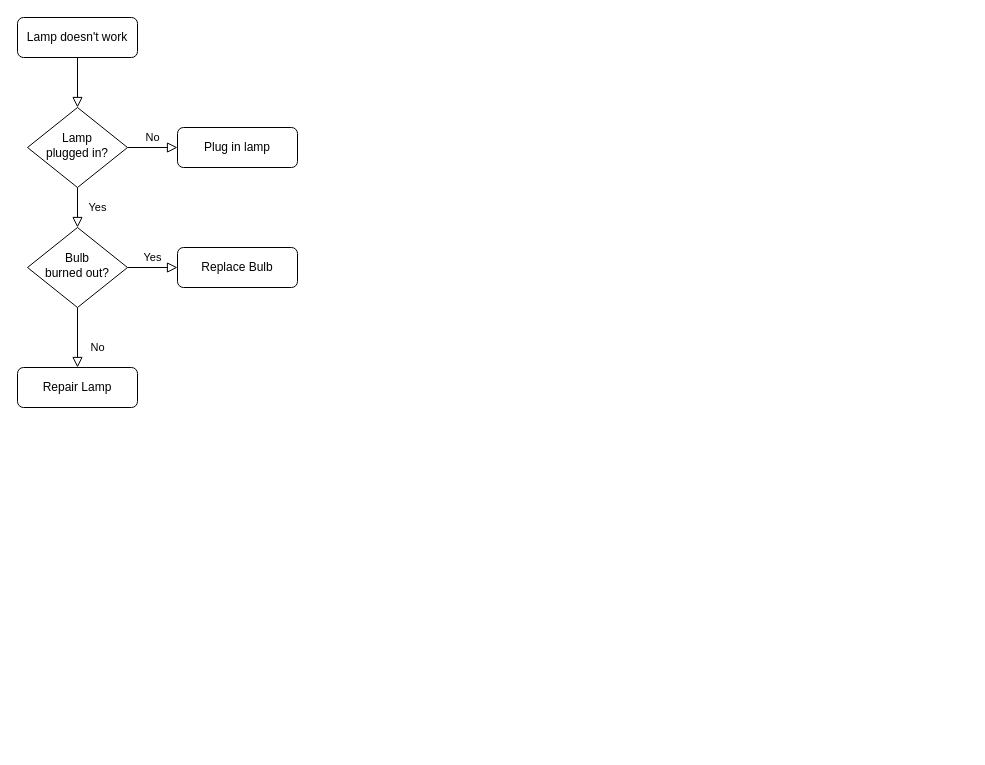
Earlier version of the draw.io diagram Untitled Diagram.drawio (jiangkimyy/work-PM-SOC). Source tidied: cells renumbered, new cells numbered last; positions are measured from the earlier drawing's top-left corner, leaving out a move shared by most shapes. Both pictures are drawn from the tidied source at 100%, with x=0, y=0 at pixel (17, 17).
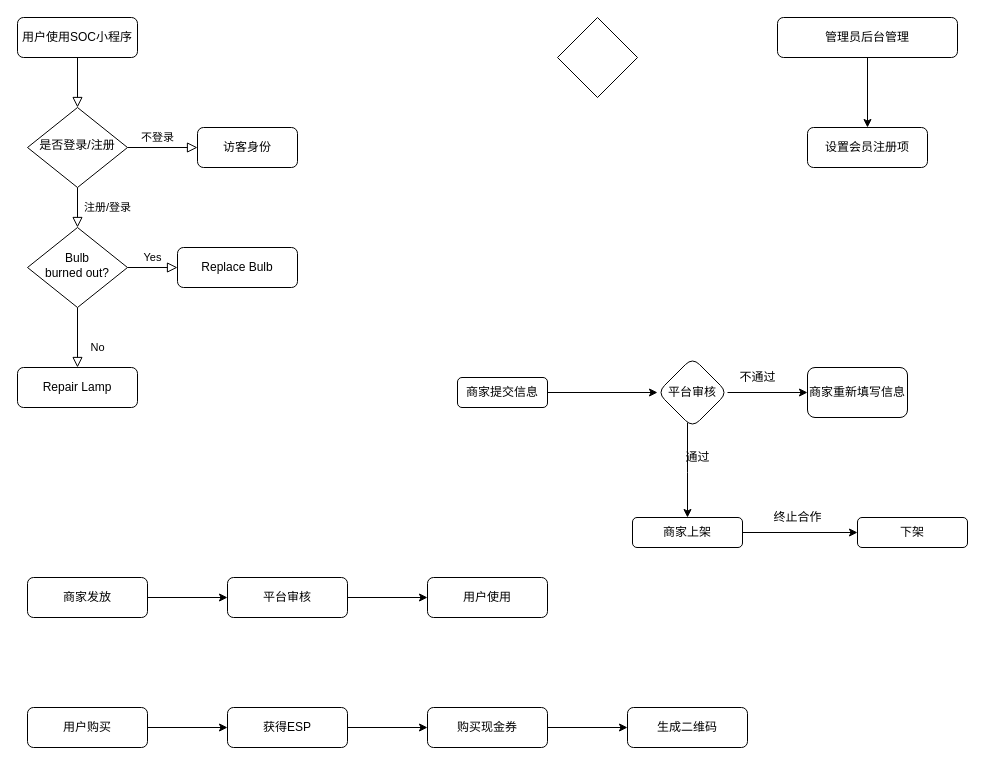
The same diagram, later.

Unchanged cells that the change refers to:
```xml
<mxCell id="10" value="Bulb&lt;br&gt;burned out?" style="rhombus;whiteSpace=wrap;html=1;shadow=0;fontFamily=Helvetica;fontSize=12;align=center;strokeWidth=1;spacing=6;spacingTop=-4;" parent="1" vertex="1">
  <mxGeometry x="10" y="210" width="100" height="80" as="geometry" />
</mxCell>
```

What changed in the source:
```diff
@@
-    <mxCell id="3" value="Lamp doesn't work" style="rounded=1;whiteSpace=wrap;html=1;fontSize=12;glass=0;strokeWidth=1;shadow=0;" parent="1" vertex="1">
+    <mxCell id="3" value="用户使用SOC小程序" style="rounded=1;whiteSpace=wrap;html=1;fontSize=12;glass=0;strokeWidth=1;shadow=0;" parent="1" vertex="1">
       <mxGeometry width="120" height="40" as="geometry" />
     </mxCell>
-    <mxCell id="4" value="Yes" style="rounded=0;html=1;jettySize=auto;fontSize=11;endArrow=block;endFill=0;endSize=8;strokeWidth=1;shadow=0;labelBackgroundColor=none;edgeStyle=orthogonalEdgeStyle;" parent="1" edge="1" source="6" target="10">
-      <mxGeometry y="20" relative="1" as="geometry" />
+    <mxCell id="4" value="注册/登录" style="rounded=0;html=1;jettySize=auto;fontSize=11;endArrow=block;endFill=0;endSize=8;strokeWidth=1;shadow=0;labelBackgroundColor=none;edgeStyle=orthogonalEdgeStyle;" parent="1" edge="1" source="6" target="10">
+      <mxGeometry y="30" relative="1" as="geometry" />
     </mxCell>
-    <mxCell id="5" value="No" style="edgeStyle=orthogonalEdgeStyle;rounded=0;html=1;jettySize=auto;fontSize=11;endArrow=block;endFill=0;endSize=8;strokeWidth=1;shadow=0;labelBackgroundColor=none;" parent="1" edge="1" source="6" target="7">
-      <mxGeometry y="10" relative="1" as="geometry" />
+    <mxCell id="5" value="不登录" style="edgeStyle=orthogonalEdgeStyle;rounded=0;html=1;jettySize=auto;fontSize=11;endArrow=block;endFill=0;endSize=8;strokeWidth=1;shadow=0;labelBackgroundColor=none;" parent="1" edge="1" source="6" target="7">
+      <mxGeometry x="-0.14" y="10" relative="1" as="geometry" />
     </mxCell>
-    <mxCell id="6" value="Lamp&lt;br&gt;plugged in?" style="rhombus;whiteSpace=wrap;html=1;shadow=0;fontFamily=Helvetica;fontSize=12;align=center;strokeWidth=1;spacing=6;spacingTop=-4;" parent="1" vertex="1">
+    <mxCell id="6" value="是否登录/注册" style="rhombus;whiteSpace=wrap;html=1;shadow=0;fontFamily=Helvetica;fontSize=12;align=center;strokeWidth=1;spacing=6;spacingTop=-4;" parent="1" vertex="1">
       <mxGeometry x="10" y="90" width="100" height="80" as="geometry" />
     </mxCell>
-    <mxCell id="7" value="Plug in lamp" style="rounded=1;whiteSpace=wrap;html=1;fontSize=12;glass=0;strokeWidth=1;shadow=0;" parent="1" vertex="1">
-      <mxGeometry x="160" y="110" width="120" height="40" as="geometry" />
+    <mxCell id="7" value="访客身份" style="rounded=1;whiteSpace=wrap;html=1;fontSize=12;glass=0;strokeWidth=1;shadow=0;" parent="1" vertex="1">
+      <mxGeometry x="180" y="110" width="100" height="40" as="geometry" />
     </mxCell>
@@
+    <mxCell id="13" style="edgeStyle=orthogonalEdgeStyle;rounded=0;jettySize=auto;html=1;" parent="1" edge="1" source="14" target="15">
+      <mxGeometry relative="1" as="geometry" />
+    </mxCell>
+    <mxCell id="14" value="管理员后台管理" style="rounded=1;whiteSpace=wrap;html=1;shadow=0;" parent="1" vertex="1">
+      <mxGeometry x="760" width="180" height="40" as="geometry" />
+    </mxCell>
+    <mxCell id="15" value="设置会员注册项" style="whiteSpace=wrap;html=1;rounded=1;" parent="1" vertex="1">
+      <mxGeometry x="790" y="110" width="120" height="40" as="geometry" />
+    </mxCell>
+    <mxCell id="16" style="rhombus;whiteSpace=wrap;html=1;shadow=0;" parent="1" vertex="1">
+      <mxGeometry x="540" width="80" height="80" as="geometry" />
+    </mxCell>
+    <mxCell id="17" style="edgeStyle=orthogonalEdgeStyle;rounded=0;jettySize=auto;html=1;" parent="1" edge="1" source="18" target="21">
+      <mxGeometry relative="1" as="geometry" />
+    </mxCell>
+    <mxCell id="18" value="商家提交信息" style="rounded=1;whiteSpace=wrap;html=1;fontSize=12;glass=0;strokeWidth=1;shadow=0;" parent="1" vertex="1">
+      <mxGeometry x="440" y="360" width="90" height="30" as="geometry" />
+    </mxCell>
+    <mxCell id="19" style="edgeStyle=orthogonalEdgeStyle;rounded=0;jettySize=auto;html=1;" parent="1" edge="1" source="21" target="22">
+      <mxGeometry relative="1" as="geometry" />
+    </mxCell>
+    <mxCell id="20" style="edgeStyle=orthogonalEdgeStyle;rounded=0;jettySize=auto;html=1;" parent="1" edge="1" source="21" target="24">
+      <mxGeometry relative="1" as="geometry">
+        <Array as="points">
+          <mxPoint x="670" y="455" />
+          <mxPoint x="670" y="455" />
+        </Array>
+      </mxGeometry>
+    </mxCell>
+    <mxCell id="21" value="平台审核" style="rhombus;whiteSpace=wrap;html=1;rounded=1;shadow=0;strokeWidth=1;glass=0;" parent="1" vertex="1">
+      <mxGeometry x="640" y="340" width="70" height="70" as="geometry" />
+    </mxCell>
+    <mxCell id="22" value="商家重新填写信息" style="whiteSpace=wrap;html=1;rounded=1;shadow=0;strokeWidth=1;glass=0;" parent="1" vertex="1">
+      <mxGeometry x="790" y="350" width="100" height="50" as="geometry" />
+    </mxCell>
+    <mxCell id="23" style="edgeStyle=orthogonalEdgeStyle;rounded=0;jettySize=auto;html=1;" parent="1" edge="1" source="24" target="27">
+      <mxGeometry relative="1" as="geometry" />
+    </mxCell>
+    <mxCell id="24" value="商家上架" style="whiteSpace=wrap;html=1;rounded=1;shadow=0;strokeWidth=1;glass=0;" parent="1" vertex="1">
+      <mxGeometry x="615" y="500" width="110" height="30" as="geometry" />
+    </mxCell>
+    <mxCell id="25" value="不通过" style="text;html=1;align=center;verticalAlign=middle;strokeColor=none;fillColor=none;" parent="1" vertex="1">
+      <mxGeometry x="715" y="350" width="50" height="20" as="geometry" />
+    </mxCell>
+    <mxCell id="26" value="通过" style="text;html=1;align=center;verticalAlign=middle;strokeColor=none;fillColor=none;" parent="1" vertex="1">
+      <mxGeometry x="660" y="430" width="40" height="20" as="geometry" />
+    </mxCell>
+    <mxCell id="27" value="下架" style="whiteSpace=wrap;html=1;rounded=1;shadow=0;strokeWidth=1;glass=0;" parent="1" vertex="1">
+      <mxGeometry x="840" y="500" width="110" height="30" as="geometry" />
+    </mxCell>
+    <mxCell id="28" value="终止合作" style="text;html=1;align=center;verticalAlign=middle;strokeColor=none;fillColor=none;" parent="1" vertex="1">
+      <mxGeometry x="750" y="490" width="60" height="20" as="geometry" />
+    </mxCell>
+    <mxCell id="29" style="edgeStyle=orthogonalEdgeStyle;rounded=0;jettySize=auto;html=1;" parent="1" edge="1" source="30" target="32">
+      <mxGeometry relative="1" as="geometry" />
+    </mxCell>
+    <mxCell id="30" value="商家发放" style="rounded=1;whiteSpace=wrap;html=1;fontSize=12;glass=0;strokeWidth=1;shadow=0;" parent="1" vertex="1">
+      <mxGeometry x="10" y="560" width="120" height="40" as="geometry" />
+    </mxCell>
+    <mxCell id="31" style="edgeStyle=orthogonalEdgeStyle;rounded=0;jettySize=auto;html=1;" parent="1" edge="1" source="32" target="33">
+      <mxGeometry relative="1" as="geometry" />
+    </mxCell>
+    <mxCell id="32" value="平台审核" style="rounded=1;whiteSpace=wrap;html=1;fontSize=12;glass=0;strokeWidth=1;shadow=0;" parent="1" vertex="1">
+      <mxGeometry x="210" y="560" width="120" height="40" as="geometry" />
+    </mxCell>
+    <mxCell id="33" value="用户使用" style="rounded=1;whiteSpace=wrap;html=1;fontSize=12;glass=0;strokeWidth=1;shadow=0;" parent="1" vertex="1">
+      <mxGeometry x="410" y="560" width="120" height="40" as="geometry" />
+    </mxCell>
+    <mxCell id="34" style="edgeStyle=orthogonalEdgeStyle;rounded=0;jettySize=auto;html=1;" parent="1" edge="1" source="35" target="37">
+      <mxGeometry relative="1" as="geometry" />
+    </mxCell>
+    <mxCell id="35" value="用户购买" style="rounded=1;whiteSpace=wrap;html=1;fontSize=12;glass=0;strokeWidth=1;shadow=0;" parent="1" vertex="1">
+      <mxGeometry x="10" y="690" width="120" height="40" as="geometry" />
+    </mxCell>
+    <mxCell id="36" style="edgeStyle=orthogonalEdgeStyle;rounded=0;jettySize=auto;html=1;" parent="1" edge="1" source="37" target="39">
+      <mxGeometry relative="1" as="geometry" />
+    </mxCell>
+    <mxCell id="37" value="获得ESP" style="rounded=1;whiteSpace=wrap;html=1;fontSize=12;glass=0;strokeWidth=1;shadow=0;" parent="1" vertex="1">
+      <mxGeometry x="210" y="690" width="120" height="40" as="geometry" />
+    </mxCell>
+    <mxCell id="38" style="edgeStyle=orthogonalEdgeStyle;rounded=0;jettySize=auto;html=1;" parent="1" edge="1" source="39" target="40">
+      <mxGeometry relative="1" as="geometry" />
+    </mxCell>
+    <mxCell id="39" value="购买现金券" style="rounded=1;whiteSpace=wrap;html=1;fontSize=12;glass=0;strokeWidth=1;shadow=0;" parent="1" vertex="1">
+      <mxGeometry x="410" y="690" width="120" height="40" as="geometry" />
+    </mxCell>
+    <mxCell id="40" value="生成二维码" style="rounded=1;whiteSpace=wrap;html=1;fontSize=12;glass=0;strokeWidth=1;shadow=0;" parent="1" vertex="1">
+      <mxGeometry x="610" y="690" width="120" height="40" as="geometry" />
+    </mxCell>
```
